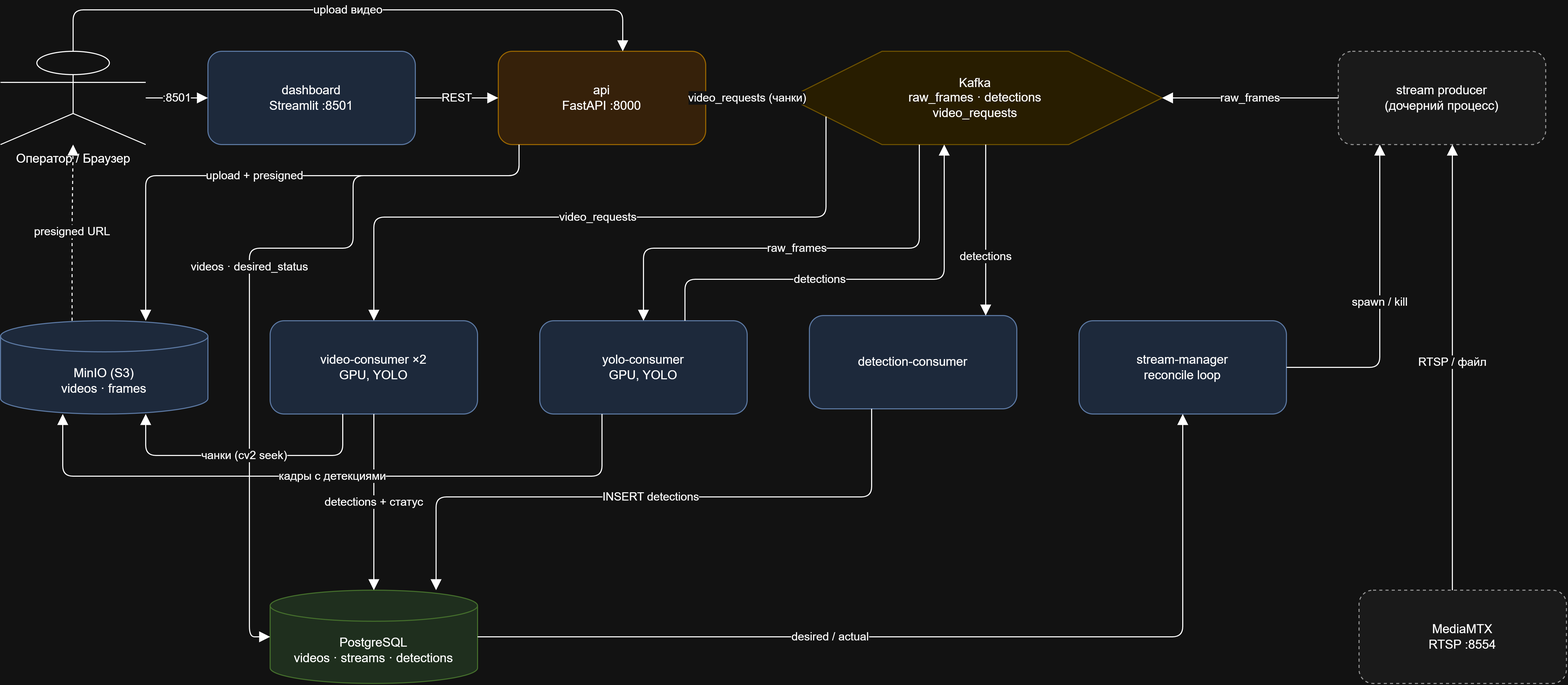
Above: docs/diagrams/dataflow.drawio.png in Shazy021/vision-analytics (draw.io), before the change. Source tidied: cells renumbered, new cells last; positions are measured from the earlier drawing's top-left corner, leaving out a move shared by most shapes. Its diagram source:
```xml
<mxGraphModel>
  <root>
    <mxCell id="0" />
    <mxCell id="1" parent="0" />
    <mxCell id="2" value="Оператор / Браузер" style="shape=umlActor;verticalLabelPosition=bottom;verticalAlign=top;html=1;" parent="1" vertex="1">
      <mxGeometry y="40" width="140" height="90" as="geometry" />
    </mxCell>
    <mxCell id="3" value="dashboard&#10;Streamlit :8501" style="rounded=1;whiteSpace=wrap;html=1;fillColor=#dae8fc;strokeColor=#6c8ebf;" parent="1" vertex="1">
      <mxGeometry x="200" y="40" width="200" height="90" as="geometry" />
    </mxCell>
    <mxCell id="4" value="api&#10;FastAPI :8000" style="rounded=1;whiteSpace=wrap;html=1;fillColor=#ffe6cc;strokeColor=#d79b00;" parent="1" vertex="1">
      <mxGeometry x="480" y="40" width="200" height="90" as="geometry" />
    </mxCell>
    <mxCell id="5" value="Kafka&#10;raw_frames · detections&#10;video_requests" style="shape=hexagon;perimeter=hexagonPerimeter2;whiteSpace=wrap;html=1;fillColor=#fff2cc;strokeColor=#d6b656;" parent="1" vertex="1">
      <mxGeometry x="760" y="40" width="360" height="90" as="geometry" />
    </mxCell>
    <mxCell id="6" value="MinIO (S3)&#10;videos · frames" style="shape=cylinder3;whiteSpace=wrap;html=1;boundedLbl=1;fillColor=#dae8fc;strokeColor=#6c8ebf;" parent="1" vertex="1">
      <mxGeometry y="300" width="200" height="90" as="geometry" />
    </mxCell>
    <mxCell id="7" value="video-consumer ×2&#10;GPU, YOLO" style="rounded=1;whiteSpace=wrap;html=1;fillColor=#dae8fc;strokeColor=#6c8ebf;" parent="1" vertex="1">
      <mxGeometry x="260" y="300" width="200" height="90" as="geometry" />
    </mxCell>
    <mxCell id="8" value="yolo-consumer&#10;GPU, YOLO" style="rounded=1;whiteSpace=wrap;html=1;fillColor=#dae8fc;strokeColor=#6c8ebf;" parent="1" vertex="1">
      <mxGeometry x="520" y="300" width="200" height="90" as="geometry" />
    </mxCell>
    <mxCell id="9" value="detection-consumer" style="rounded=1;whiteSpace=wrap;html=1;fillColor=#dae8fc;strokeColor=#6c8ebf;" parent="1" vertex="1">
      <mxGeometry x="780" y="295" width="200" height="90" as="geometry" />
    </mxCell>
    <mxCell id="10" value="stream-manager&#10;reconcile loop" style="rounded=1;whiteSpace=wrap;html=1;fillColor=#dae8fc;strokeColor=#6c8ebf;" parent="1" vertex="1">
      <mxGeometry x="1040" y="300" width="200" height="90" as="geometry" />
    </mxCell>
    <mxCell id="11" value="stream producer&#10;(дочерний процесс)" style="rounded=1;whiteSpace=wrap;html=1;dashed=1;fillColor=#f5f5f5;strokeColor=#666666;" parent="1" vertex="1">
      <mxGeometry x="1290" y="40" width="200" height="90" as="geometry" />
    </mxCell>
    <mxCell id="12" value="PostgreSQL&#10;videos · streams · detections" style="shape=cylinder3;whiteSpace=wrap;html=1;boundedLbl=1;fillColor=#d5e8d4;strokeColor=#82b366;" parent="1" vertex="1">
      <mxGeometry x="260" y="560" width="200" height="90" as="geometry" />
    </mxCell>
    <mxCell id="13" value="MediaMTX&#10;RTSP :8554" style="rounded=1;whiteSpace=wrap;html=1;dashed=1;fillColor=#f5f5f5;strokeColor=#666666;" parent="1" vertex="1">
      <mxGeometry x="1310" y="560" width="200" height="90" as="geometry" />
    </mxCell>
    <mxCell id="14" value=":8501" style="edgeStyle=orthogonalEdgeStyle;rounded=1;jettySize=auto;html=1;endArrow=block;endSize=8;" parent="1" edge="1" source="2" target="3">
      <mxGeometry relative="1" as="geometry" />
    </mxCell>
    <mxCell id="15" value="upload видео" style="edgeStyle=orthogonalEdgeStyle;rounded=1;jettySize=auto;html=1;endArrow=block;endSize=8;" parent="1" edge="1" source="2" target="4">
      <mxGeometry relative="1" as="geometry">
        <Array as="points">
          <mxPoint x="70" />
          <mxPoint x="600" />
        </Array>
      </mxGeometry>
    </mxCell>
    <mxCell id="16" value="REST" style="edgeStyle=orthogonalEdgeStyle;rounded=1;jettySize=auto;html=1;endArrow=block;endSize=8;" parent="1" edge="1" source="3" target="4">
      <mxGeometry relative="1" as="geometry" />
    </mxCell>
    <mxCell id="17" value="video_requests (чанки)" style="edgeStyle=orthogonalEdgeStyle;rounded=1;jettySize=auto;html=1;endArrow=block;endSize=8;" parent="1" edge="1" source="4" target="5">
      <mxGeometry relative="1" as="geometry" />
    </mxCell>
    <mxCell id="18" value="videos · desired_status" style="edgeStyle=orthogonalEdgeStyle;rounded=1;jettySize=auto;html=1;endArrow=block;endSize=8;" parent="1" edge="1" source="4" target="12">
      <mxGeometry relative="1" as="geometry">
        <Array as="points">
          <mxPoint x="500" y="160" />
          <mxPoint x="340" y="160" />
          <mxPoint x="340" y="230" />
          <mxPoint x="240" y="230" />
          <mxPoint x="240" y="605" />
        </Array>
      </mxGeometry>
    </mxCell>
    <mxCell id="19" value="upload + presigned" style="edgeStyle=orthogonalEdgeStyle;rounded=1;jettySize=auto;html=1;endArrow=block;endSize=8;" parent="1" edge="1" source="4" target="6">
      <mxGeometry x="0.08" relative="1" as="geometry">
        <Array as="points">
          <mxPoint x="500" y="160" />
          <mxPoint x="140" y="160" />
        </Array>
      </mxGeometry>
    </mxCell>
    <mxCell id="20" value="video_requests" style="edgeStyle=orthogonalEdgeStyle;rounded=1;jettySize=auto;html=1;endArrow=block;endSize=8;" parent="1" edge="1" source="5" target="7">
      <mxGeometry relative="1" as="geometry">
        <Array as="points">
          <mxPoint x="796" y="200" />
          <mxPoint x="360" y="200" />
        </Array>
      </mxGeometry>
    </mxCell>
    <mxCell id="21" value="чанки (cv2 seek)" style="edgeStyle=orthogonalEdgeStyle;rounded=1;jettySize=auto;html=1;endArrow=block;endSize=8;" parent="1" edge="1" source="7" target="6">
      <mxGeometry relative="1" as="geometry">
        <Array as="points">
          <mxPoint x="330" y="430" />
          <mxPoint x="140" y="430" />
        </Array>
      </mxGeometry>
    </mxCell>
    <mxCell id="22" value="detections + статус" style="edgeStyle=orthogonalEdgeStyle;rounded=1;jettySize=auto;html=1;endArrow=block;endSize=8;" parent="1" edge="1" source="7" target="12">
      <mxGeometry relative="1" as="geometry" />
    </mxCell>
    <mxCell id="23" value="raw_frames" style="edgeStyle=orthogonalEdgeStyle;rounded=1;jettySize=auto;html=1;endArrow=block;endSize=8;" parent="1" edge="1" source="5" target="8">
      <mxGeometry relative="1" as="geometry">
        <Array as="points">
          <mxPoint x="886" y="230" />
          <mxPoint x="620" y="230" />
        </Array>
      </mxGeometry>
    </mxCell>
    <mxCell id="24" value="detections" style="edgeStyle=orthogonalEdgeStyle;rounded=1;jettySize=auto;html=1;endArrow=block;endSize=8;" parent="1" edge="1" source="8" target="5">
      <mxGeometry x="-0.19" relative="1" as="geometry">
        <Array as="points">
          <mxPoint x="660" y="260" />
          <mxPoint x="910" y="260" />
        </Array>
      </mxGeometry>
    </mxCell>
    <mxCell id="25" value="кадры с детекциями" style="edgeStyle=orthogonalEdgeStyle;rounded=1;jettySize=auto;html=1;endArrow=block;endSize=8;" parent="1" edge="1" source="8" target="6">
      <mxGeometry relative="1" as="geometry">
        <Array as="points">
          <mxPoint x="580" y="450" />
          <mxPoint x="60" y="450" />
        </Array>
      </mxGeometry>
    </mxCell>
    <mxCell id="26" value="detections" style="edgeStyle=orthogonalEdgeStyle;rounded=1;jettySize=auto;html=1;endArrow=block;endSize=8;" parent="1" edge="1" source="5" target="9">
      <mxGeometry x="0.31" relative="1" as="geometry">
        <Array as="points">
          <mxPoint x="950" y="270" />
          <mxPoint x="950" y="270" />
        </Array>
      </mxGeometry>
    </mxCell>
    <mxCell id="27" value="INSERT detections" style="edgeStyle=orthogonalEdgeStyle;rounded=1;jettySize=auto;html=1;endArrow=block;endSize=8;" parent="1" edge="1" source="9" target="12">
      <mxGeometry relative="1" as="geometry">
        <Array as="points">
          <mxPoint x="840" y="470" />
          <mxPoint x="420" y="470" />
        </Array>
      </mxGeometry>
    </mxCell>
    <mxCell id="28" value="desired / actual" style="edgeStyle=orthogonalEdgeStyle;rounded=1;jettySize=auto;html=1;endArrow=block;endSize=8;" parent="1" edge="1" source="12" target="10">
      <mxGeometry x="-0.24" relative="1" as="geometry">
        <Array as="points">
          <mxPoint x="1140" y="605" />
        </Array>
      </mxGeometry>
    </mxCell>
    <mxCell id="29" value="spawn / kill" style="edgeStyle=orthogonalEdgeStyle;rounded=1;jettySize=auto;html=1;endArrow=block;endSize=8;" parent="1" edge="1" source="10" target="11">
      <mxGeometry relative="1" as="geometry">
        <Array as="points">
          <mxPoint x="1330" y="345" />
        </Array>
      </mxGeometry>
    </mxCell>
    <mxCell id="30" value="RTSP / файл" style="edgeStyle=orthogonalEdgeStyle;rounded=1;jettySize=auto;html=1;endArrow=block;endSize=8;" parent="1" edge="1" source="13" target="11">
      <mxGeometry x="0.02" relative="1" as="geometry">
        <Array as="points">
          <mxPoint x="1400" y="180" />
          <mxPoint x="1400" y="180" />
        </Array>
      </mxGeometry>
    </mxCell>
    <mxCell id="31" value="raw_frames" style="edgeStyle=orthogonalEdgeStyle;rounded=1;jettySize=auto;html=1;endArrow=block;endSize=8;" parent="1" edge="1" source="11" target="5">
      <mxGeometry relative="1" as="geometry" />
    </mxCell>
    <mxCell id="32" value="presigned URL" style="edgeStyle=orthogonalEdgeStyle;rounded=1;jettySize=auto;html=1;dashed=1;endArrow=block;endSize=8;" parent="1" edge="1" source="6" target="2">
      <mxGeometry relative="1" as="geometry">
        <Array as="points">
          <mxPoint x="69" y="210" />
        </Array>
      </mxGeometry>
    </mxCell>
  </root>
</mxGraphModel>
```
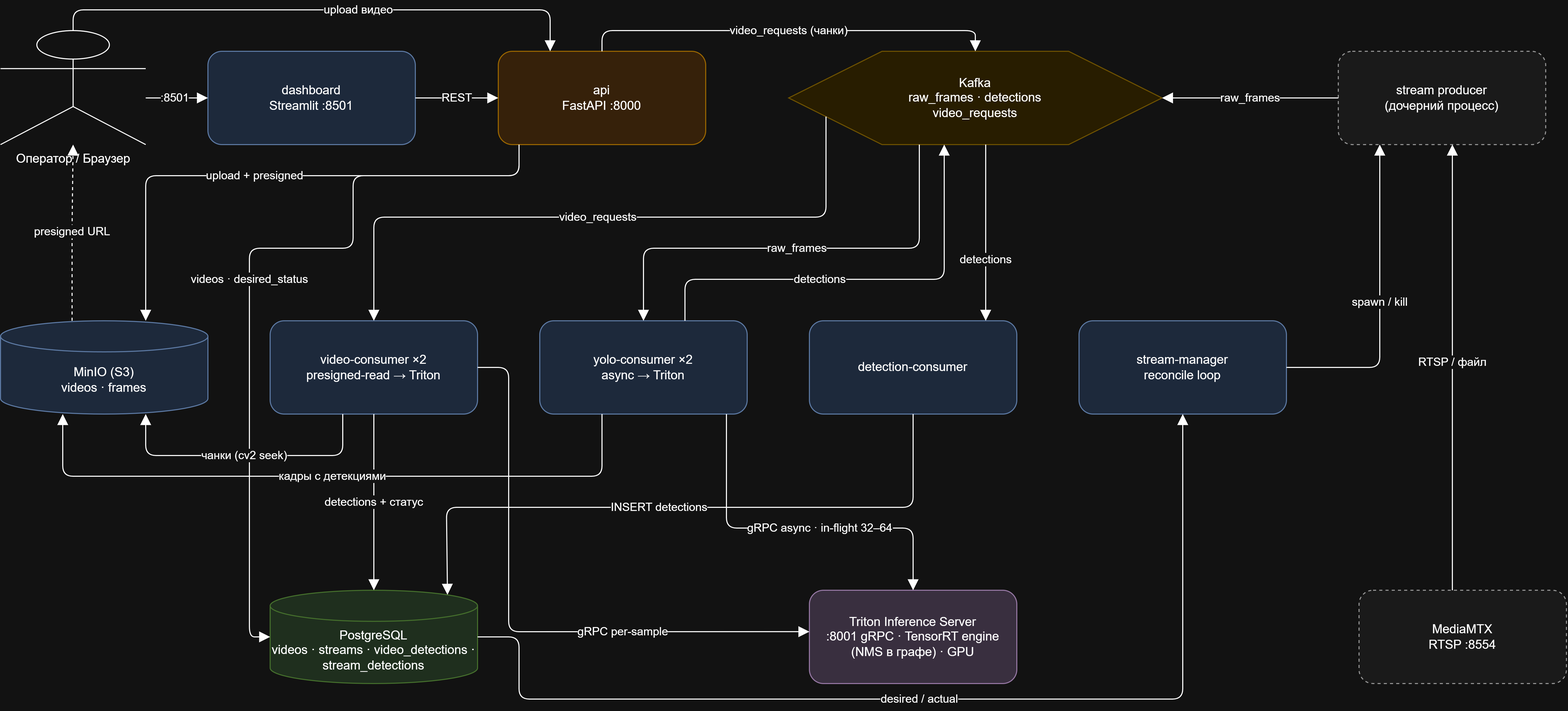
The same file after the commit.

Commit message:
docs: Triton inference in architecture/dataflow diagrams (gRPC consumers, TensorRT engine)

The edit, as a diff of the source:
```diff
@@ -3,7 +3,7 @@
     <mxCell id="0" />
     <mxCell id="1" parent="0" />
     <mxCell id="2" value="Оператор / Браузер" style="shape=umlActor;verticalLabelPosition=bottom;verticalAlign=top;html=1;" parent="1" vertex="1">
-      <mxGeometry y="40" width="140" height="90" as="geometry" />
+      <mxGeometry y="20" width="140" height="110" as="geometry" />
     </mxCell>
     <mxCell id="3" value="dashboard&#10;Streamlit :8501" style="rounded=1;whiteSpace=wrap;html=1;fillColor=#dae8fc;strokeColor=#6c8ebf;" parent="1" vertex="1">
       <mxGeometry x="200" y="40" width="200" height="90" as="geometry" />
@@ -17,14 +17,17 @@
     <mxCell id="6" value="MinIO (S3)&#10;videos · frames" style="shape=cylinder3;whiteSpace=wrap;html=1;boundedLbl=1;fillColor=#dae8fc;strokeColor=#6c8ebf;" parent="1" vertex="1">
       <mxGeometry y="300" width="200" height="90" as="geometry" />
     </mxCell>
-    <mxCell id="7" value="video-consumer ×2&#10;GPU, YOLO" style="rounded=1;whiteSpace=wrap;html=1;fillColor=#dae8fc;strokeColor=#6c8ebf;" parent="1" vertex="1">
+    <mxCell id="7" value="video-consumer ×2&#10;presigned-read → Triton" style="rounded=1;whiteSpace=wrap;html=1;fillColor=#dae8fc;strokeColor=#6c8ebf;" parent="1" vertex="1">
       <mxGeometry x="260" y="300" width="200" height="90" as="geometry" />
     </mxCell>
-    <mxCell id="8" value="yolo-consumer&#10;GPU, YOLO" style="rounded=1;whiteSpace=wrap;html=1;fillColor=#dae8fc;strokeColor=#6c8ebf;" parent="1" vertex="1">
+    <mxCell id="8" value="yolo-consumer ×2&#10;async → Triton" style="rounded=1;whiteSpace=wrap;html=1;fillColor=#dae8fc;strokeColor=#6c8ebf;" parent="1" vertex="1">
       <mxGeometry x="520" y="300" width="200" height="90" as="geometry" />
     </mxCell>
+    <mxCell id="33" value="Triton Inference Server&#10;:8001 gRPC · TensorRT engine&#10;(NMS в графе) · GPU" style="rounded=1;whiteSpace=wrap;html=1;fillColor=#e1d5e7;strokeColor=#9673a6;" parent="1" vertex="1">
+      <mxGeometry x="780" y="560" width="200" height="90" as="geometry" />
+    </mxCell>
     <mxCell id="9" value="detection-consumer" style="rounded=1;whiteSpace=wrap;html=1;fillColor=#dae8fc;strokeColor=#6c8ebf;" parent="1" vertex="1">
-      <mxGeometry x="780" y="295" width="200" height="90" as="geometry" />
+      <mxGeometry x="780" y="300" width="200" height="90" as="geometry" />
     </mxCell>
     <mxCell id="10" value="stream-manager&#10;reconcile loop" style="rounded=1;whiteSpace=wrap;html=1;fillColor=#dae8fc;strokeColor=#6c8ebf;" parent="1" vertex="1">
       <mxGeometry x="1040" y="300" width="200" height="90" as="geometry" />
@@ -32,20 +35,25 @@
     <mxCell id="11" value="stream producer&#10;(дочерний процесс)" style="rounded=1;whiteSpace=wrap;html=1;dashed=1;fillColor=#f5f5f5;strokeColor=#666666;" parent="1" vertex="1">
       <mxGeometry x="1290" y="40" width="200" height="90" as="geometry" />
     </mxCell>
-    <mxCell id="12" value="PostgreSQL&#10;videos · streams · detections" style="shape=cylinder3;whiteSpace=wrap;html=1;boundedLbl=1;fillColor=#d5e8d4;strokeColor=#82b366;" parent="1" vertex="1">
+    <mxCell id="12" value="PostgreSQL&#10;videos · streams · video_detections · stream_detections" style="shape=cylinder3;whiteSpace=wrap;html=1;boundedLbl=1;fillColor=#d5e8d4;strokeColor=#82b366;" parent="1" vertex="1">
       <mxGeometry x="260" y="560" width="200" height="90" as="geometry" />
     </mxCell>
     <mxCell id="13" value="MediaMTX&#10;RTSP :8554" style="rounded=1;whiteSpace=wrap;html=1;dashed=1;fillColor=#f5f5f5;strokeColor=#666666;" parent="1" vertex="1">
       <mxGeometry x="1310" y="560" width="200" height="90" as="geometry" />
     </mxCell>
     <mxCell id="14" value=":8501" style="edgeStyle=orthogonalEdgeStyle;rounded=1;jettySize=auto;html=1;endArrow=block;endSize=8;" parent="1" edge="1" source="2" target="3">
-      <mxGeometry relative="1" as="geometry" />
+      <mxGeometry x="-0.08" relative="1" as="geometry">
+        <Array as="points">
+          <mxPoint x="150" y="85" />
+          <mxPoint x="150" y="85" />
+        </Array>
+      </mxGeometry>
     </mxCell>
-    <mxCell id="15" value="upload видео" style="edgeStyle=orthogonalEdgeStyle;rounded=1;jettySize=auto;html=1;endArrow=block;endSize=8;" parent="1" edge="1" source="2" target="4">
-      <mxGeometry relative="1" as="geometry">
+    <mxCell id="15" value="upload видео" style="edgeStyle=orthogonalEdgeStyle;rounded=1;jettySize=auto;html=1;endArrow=block;endSize=8;entryX=0.25;entryY=0;entryDx=0;entryDy=0;" parent="1" edge="1" source="2" target="4">
+      <mxGeometry x="0.13" relative="1" as="geometry">
         <Array as="points">
           <mxPoint x="70" />
-          <mxPoint x="600" />
+          <mxPoint x="530" />
         </Array>
       </mxGeometry>
     </mxCell>
@@ -53,10 +61,15 @@
       <mxGeometry relative="1" as="geometry" />
     </mxCell>
     <mxCell id="17" value="video_requests (чанки)" style="edgeStyle=orthogonalEdgeStyle;rounded=1;jettySize=auto;html=1;endArrow=block;endSize=8;" parent="1" edge="1" source="4" target="5">
-      <mxGeometry relative="1" as="geometry" />
+      <mxGeometry relative="1" as="geometry">
+        <Array as="points">
+          <mxPoint x="580" y="20" />
+          <mxPoint x="940" y="20" />
+        </Array>
+      </mxGeometry>
     </mxCell>
     <mxCell id="18" value="videos · desired_status" style="edgeStyle=orthogonalEdgeStyle;rounded=1;jettySize=auto;html=1;endArrow=block;endSize=8;" parent="1" edge="1" source="4" target="12">
-      <mxGeometry relative="1" as="geometry">
+      <mxGeometry x="0.03" relative="1" as="geometry">
         <Array as="points">
           <mxPoint x="500" y="160" />
           <mxPoint x="340" y="160" />
@@ -125,18 +138,20 @@
         </Array>
       </mxGeometry>
     </mxCell>
-    <mxCell id="27" value="INSERT detections" style="edgeStyle=orthogonalEdgeStyle;rounded=1;jettySize=auto;html=1;endArrow=block;endSize=8;" parent="1" edge="1" source="9" target="12">
-      <mxGeometry relative="1" as="geometry">
+    <mxCell id="27" value="INSERT detections" style="edgeStyle=orthogonalEdgeStyle;rounded=1;jettySize=auto;html=1;endArrow=block;endSize=8;exitX=0.5;exitY=1;exitDx=0;exitDy=0;entryX=0.855;entryY=0;entryDx=0;entryDy=4.35;entryPerimeter=0;" parent="1" edge="1" source="9" target="12">
+      <mxGeometry x="0.07" relative="1" as="geometry">
         <Array as="points">
-          <mxPoint x="840" y="470" />
-          <mxPoint x="420" y="470" />
+          <mxPoint x="880" y="480" />
+          <mxPoint x="430" y="480" />
         </Array>
       </mxGeometry>
     </mxCell>
-    <mxCell id="28" value="desired / actual" style="edgeStyle=orthogonalEdgeStyle;rounded=1;jettySize=auto;html=1;endArrow=block;endSize=8;" parent="1" edge="1" source="12" target="10">
-      <mxGeometry x="-0.24" relative="1" as="geometry">
+    <mxCell id="28" value="desired / actual" style="edgeStyle=orthogonalEdgeStyle;rounded=1;jettySize=auto;html=1;endArrow=block;endSize=8;exitX=1;exitY=0.5;exitDx=0;exitDy=0;entryX=0.5;entryY=1;entryDx=0;entryDy=0;" parent="1" edge="1" source="12" target="10">
+      <mxGeometry x="-0.04" relative="1" as="geometry">
         <Array as="points">
-          <mxPoint x="1140" y="605" />
+          <mxPoint x="500" y="605" />
+          <mxPoint x="500" y="665" />
+          <mxPoint x="1140" y="665" />
         </Array>
       </mxGeometry>
     </mxCell>
@@ -158,6 +173,22 @@
     <mxCell id="31" value="raw_frames" style="edgeStyle=orthogonalEdgeStyle;rounded=1;jettySize=auto;html=1;endArrow=block;endSize=8;" parent="1" edge="1" source="11" target="5">
       <mxGeometry relative="1" as="geometry" />
     </mxCell>
+    <mxCell id="34" value="gRPC per-sample" style="edgeStyle=orthogonalEdgeStyle;rounded=1;jettySize=auto;html=1;endArrow=block;endSize=8;exitX=1;exitY=0.5;exitDx=0;exitDy=0;entryX=0;entryY=0.444;entryDx=0;entryDy=0;" parent="1" edge="1" source="7" target="33">
+      <mxGeometry x="0.37" relative="1" as="geometry">
+        <Array as="points">
+          <mxPoint x="490" y="345" />
+          <mxPoint x="490" y="600" />
+        </Array>
+      </mxGeometry>
+    </mxCell>
+    <mxCell id="35" value="gRPC async · in-flight 32–64" style="edgeStyle=orthogonalEdgeStyle;rounded=1;jettySize=auto;html=1;endArrow=block;endSize=8;exitX=0.9;exitY=1;exitDx=0;exitDy=0;entryX=0.5;entryY=0;entryDx=0;entryDy=0;" parent="1" edge="1" source="8" target="33">
+      <mxGeometry x="0.14" relative="1" as="geometry">
+        <Array as="points">
+          <mxPoint x="700" y="500" />
+          <mxPoint x="880" y="500" />
+        </Array>
+      </mxGeometry>
+    </mxCell>
     <mxCell id="32" value="presigned URL" style="edgeStyle=orthogonalEdgeStyle;rounded=1;jettySize=auto;html=1;dashed=1;endArrow=block;endSize=8;" parent="1" edge="1" source="6" target="2">
       <mxGeometry relative="1" as="geometry">
         <Array as="points">
```
